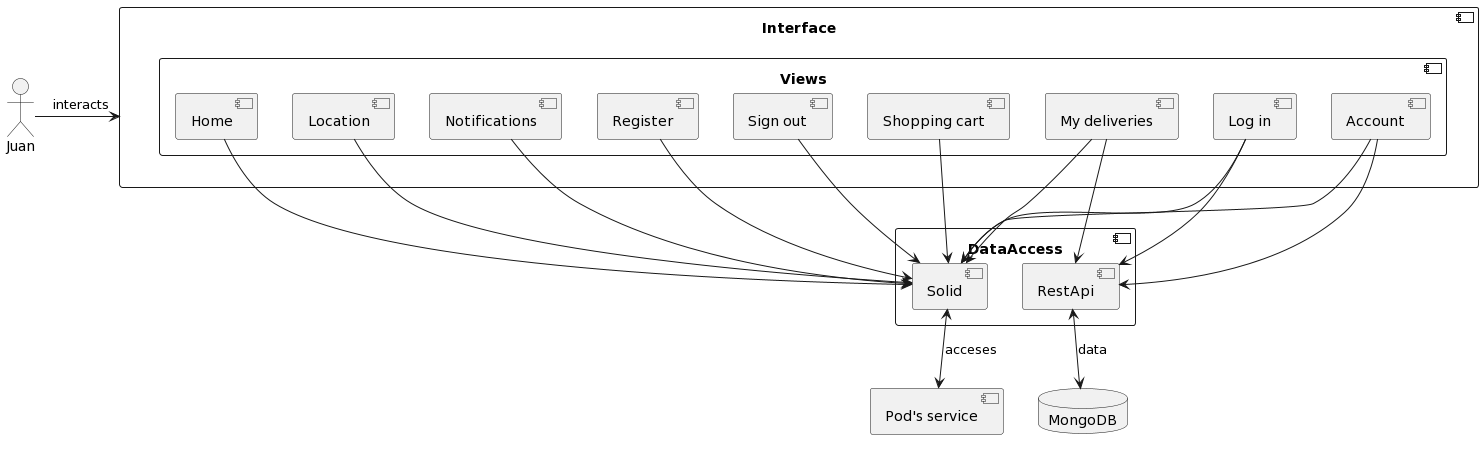
This is docs/images/level3.png from Arquisoft/dede_en2a, a PlantUML export, as it was before one commit.
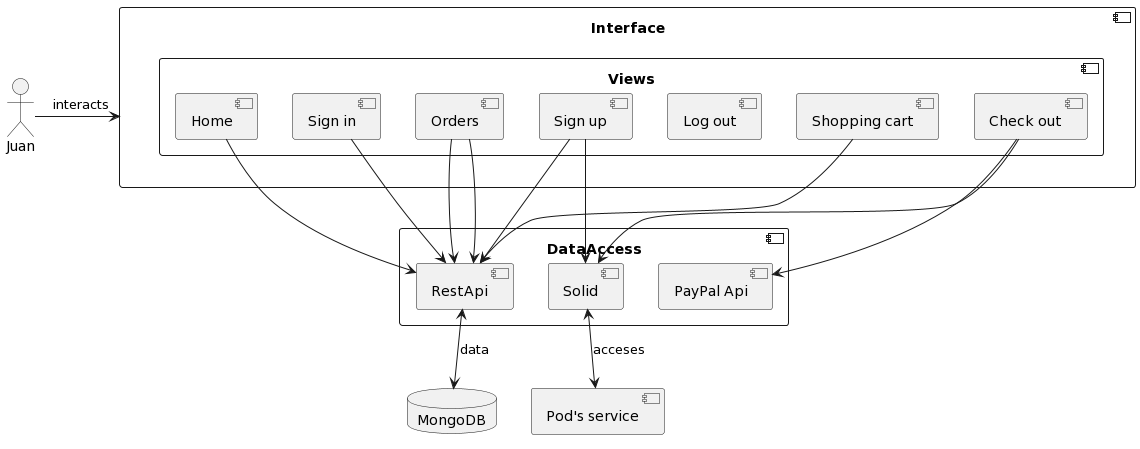
Later version of the same file.

Commit message:
updated diagram for level 3

Diff of the diagram source:
```diff
@@ -3,38 +3,37 @@
 
 Component Interface{
     Component vi as "Views"{
-       Component lo as "Log in"
-       Component re as "Register"
+       Component lo as "Sign in"
+       Component re as "Sign up"
+       Component out as "Log out"
        Component ho as "Home"
-       Component loc as "Location"
-       Component no as "Notifications"
-       Component my as "My deliveries"
-       Component ac as "Account"
-       Component out as "Sign out"
+       Component my as "Orders"
        Component sh as "Shopping cart"
+       Component ck as "Check out"
     }
 }
 
 Component DataAccess{
        Component sol as "Solid"
        Component res as "RestApi"
+       Component pay as "PayPal Api"
 }
 
 Component pod as "Pod's service"
 Database db as "MongoDB"
 Juan -right->Interface: interacts
-lo -down-> sol
+
 re -down-> sol
-ho -down-> sol
-loc -down-> sol
-no -down-> sol
-my -down-> sol
-ac -down-> sol
-out -down-> sol
-sh -down->sol
+ck -down-> sol
+
+ck -down-> pay
+
 lo -down-> res
+re -down-> res
 my -down-> res
-ac -down-> res
+my -down-> res
+ho -down-> res
+sh -down-> res
 
 sol <-down-> pod:acceses
 res <-down-> db:data
```
